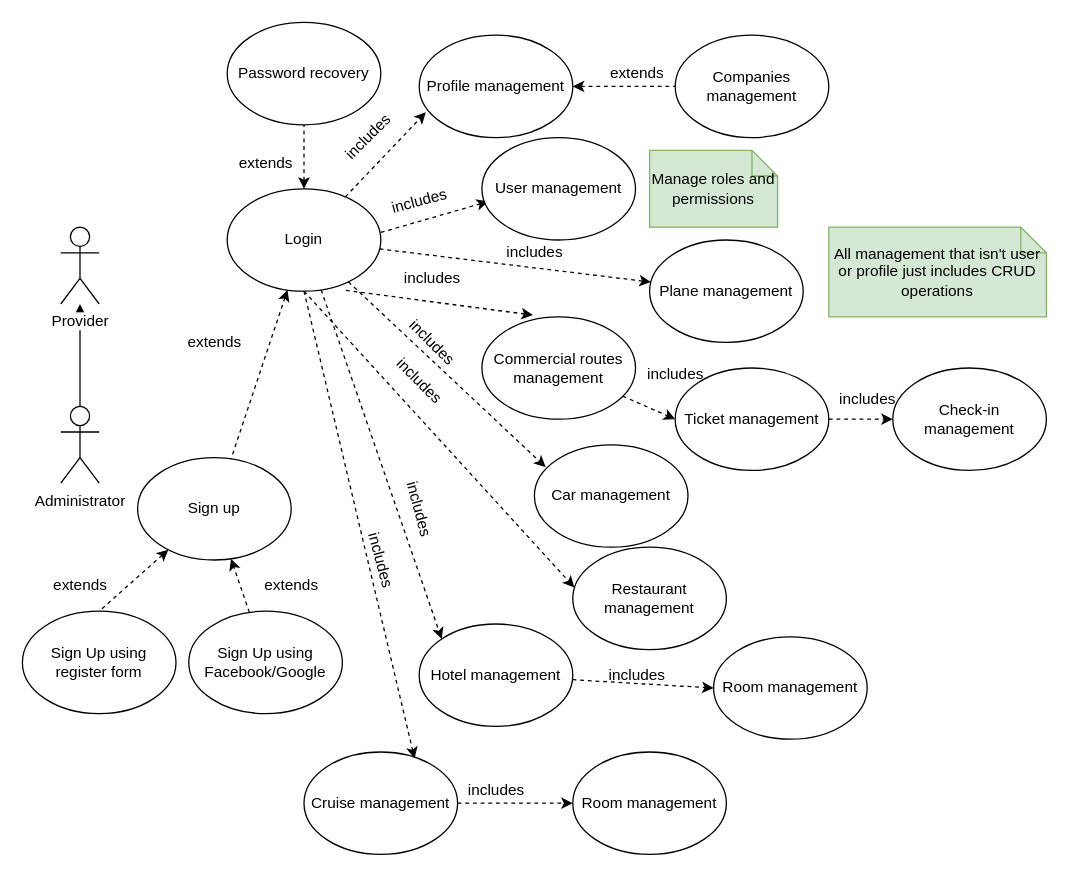
NeutronBlast/IS-Ex keeps this draw.io diagram as Vacanze/Use cases.drawio. Above is the earlier version. Source tidied: cells renumbered, new cells numbered last; positions are measured from the earlier drawing's top-left corner, leaving out a move shared by most shapes. Both pictures are drawn from the tidied source at 128%, with x=0, y=0 at pixel (22, 22).
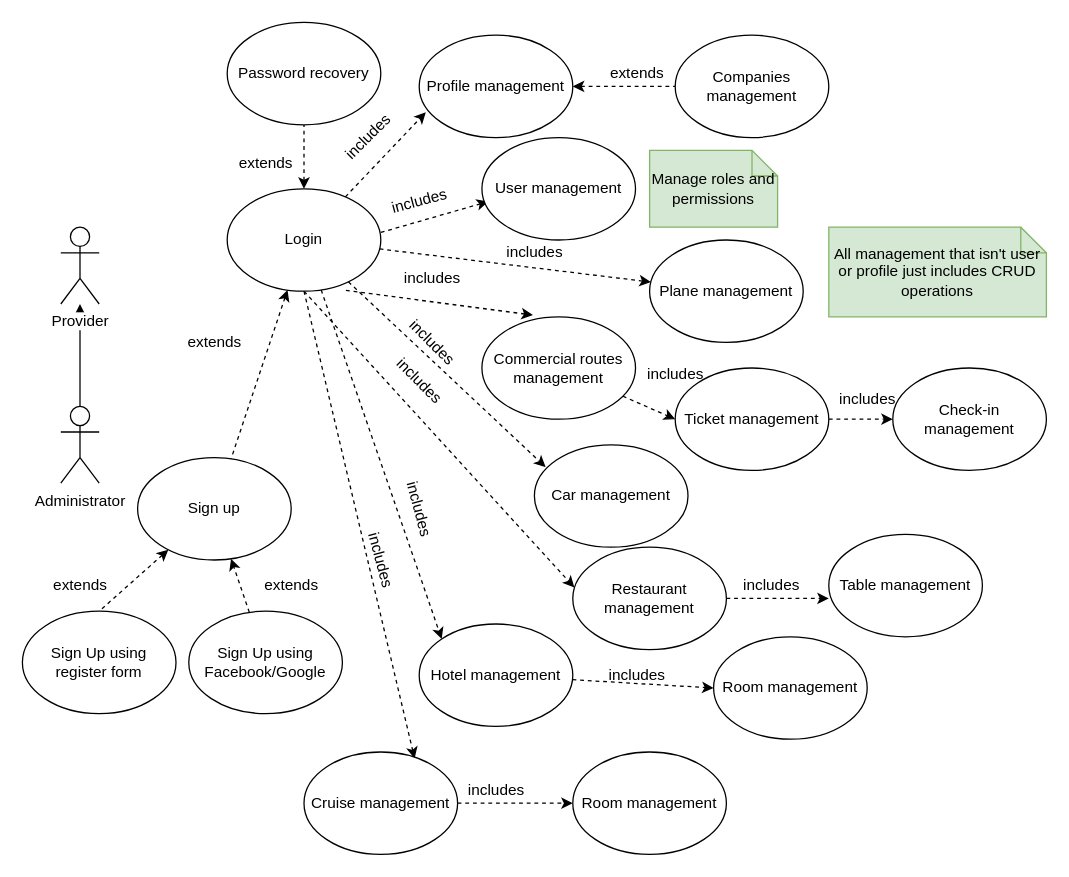
The same diagram, later.

Commit message (it also covers changes not shown here):
tweek tweak

Unchanged cells that the change refers to:
```xml
<mxCell id="44" value="Restaurant management" style="ellipse;whiteSpace=wrap;html=1;" parent="1" vertex="1">
  <mxGeometry x="430" y="410" width="120" height="80" as="geometry" />
</mxCell>
```

What changed in the source:
```diff
@@
+    <mxCell id="59" style="edgeStyle=orthogonalEdgeStyle;rounded=0;jettySize=auto;html=1;exitX=1;exitY=0.5;exitDx=0;exitDy=0;dashed=1;" parent="1" edge="1" source="44">
+      <mxGeometry relative="1" as="geometry">
+        <mxPoint x="630" y="450" as="targetPoint" />
+      </mxGeometry>
+    </mxCell>
@@
+    <mxCell id="60" value="includes" style="text;html=1;align=center;verticalAlign=middle;" parent="1" vertex="1">
+      <mxGeometry x="555" y="430" width="60" height="20" as="geometry" />
+    </mxCell>
+    <mxCell id="61" value="Table management" style="ellipse;whiteSpace=wrap;html=1;" parent="1" vertex="1">
+      <mxGeometry x="630" y="400" width="120" height="80" as="geometry" />
+    </mxCell>
```
